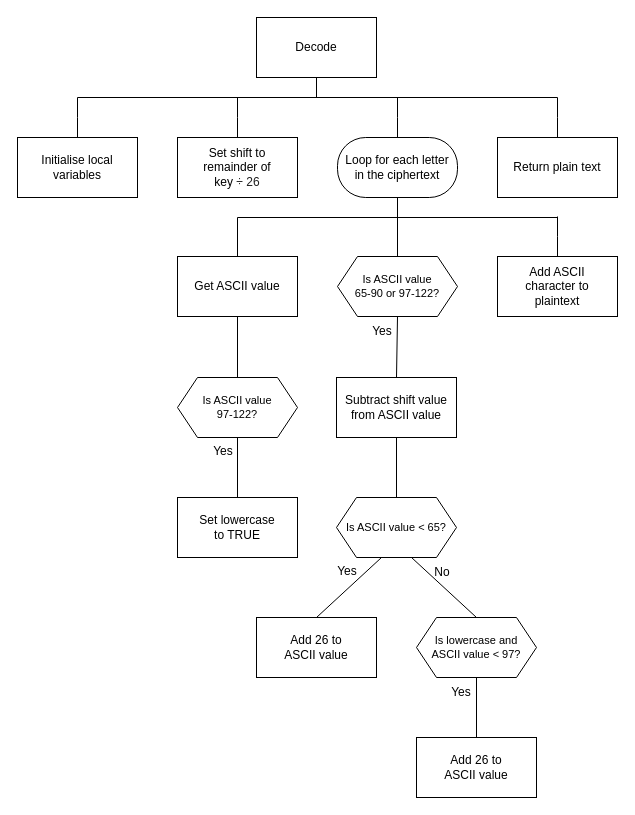
This is page "sd2" (2 of 4) of higher/H-SDD-Caesar-Cipher/assets/H SDD Caesar Cipher.drawio from MrFriendCS/MrFriendCS.github.io, a draw.io file, before an edit. Source tidied: cells renumbered, new cells numbered last; positions are measured from the earlier drawing's top-left corner, leaving out a move shared by most shapes. Both pictures are drawn from the tidied source at 100%, with x=0, y=0 at pixel (17, 17).
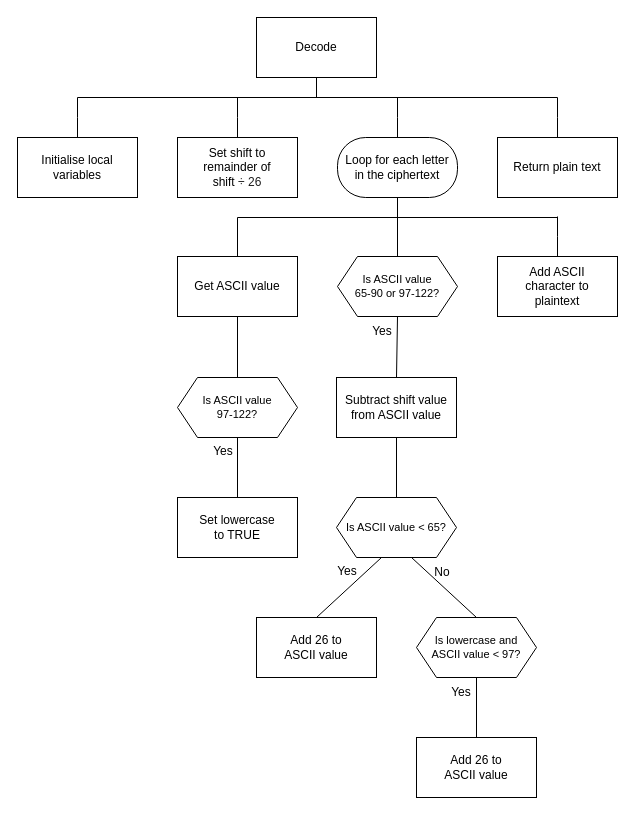
The same page after the edit.

The edit, as a diff of the source:
```diff
@@
-    <mxCell id="39" value="Set shift&amp;nbsp;&lt;font face=&quot;Helvetica&quot;&gt;to&lt;/font&gt;&lt;div&gt;&lt;font face=&quot;Helvetica&quot;&gt;re&lt;/font&gt;&lt;font face=&quot;Helvetica&quot;&gt;mainder&amp;nbsp;&lt;/font&gt;&lt;span style=&quot;background-color: initial;&quot;&gt;of&lt;/span&gt;&lt;/div&gt;&lt;div&gt;&lt;span style=&quot;background-color: initial;&quot;&gt;key&amp;nbsp;&lt;/span&gt;&lt;span style=&quot;color: rgb(31, 31, 31); text-align: left; background-color: rgb(255, 255, 255);&quot;&gt;÷ 26&lt;/span&gt;&lt;/div&gt;" style="rounded=0;whiteSpace=wrap;html=1;" parent="1" vertex="1">
+    <mxCell id="39" value="Set shift&amp;nbsp;&lt;font face=&quot;Helvetica&quot;&gt;to&lt;/font&gt;&lt;div&gt;&lt;font face=&quot;Helvetica&quot;&gt;re&lt;/font&gt;&lt;font face=&quot;Helvetica&quot;&gt;mainder&amp;nbsp;&lt;/font&gt;&lt;span style=&quot;background-color: initial;&quot;&gt;of&lt;/span&gt;&lt;/div&gt;&lt;div&gt;&lt;span style=&quot;background-color: initial;&quot;&gt;shift&amp;nbsp;&lt;/span&gt;&lt;span style=&quot;color: rgb(31, 31, 31); text-align: left; background-color: rgb(255, 255, 255);&quot;&gt;÷ 26&lt;/span&gt;&lt;/div&gt;" style="rounded=0;whiteSpace=wrap;html=1;" parent="1" vertex="1">
       <mxGeometry x="160" y="120" width="120" height="60" as="geometry" />
     </mxCell>
```
